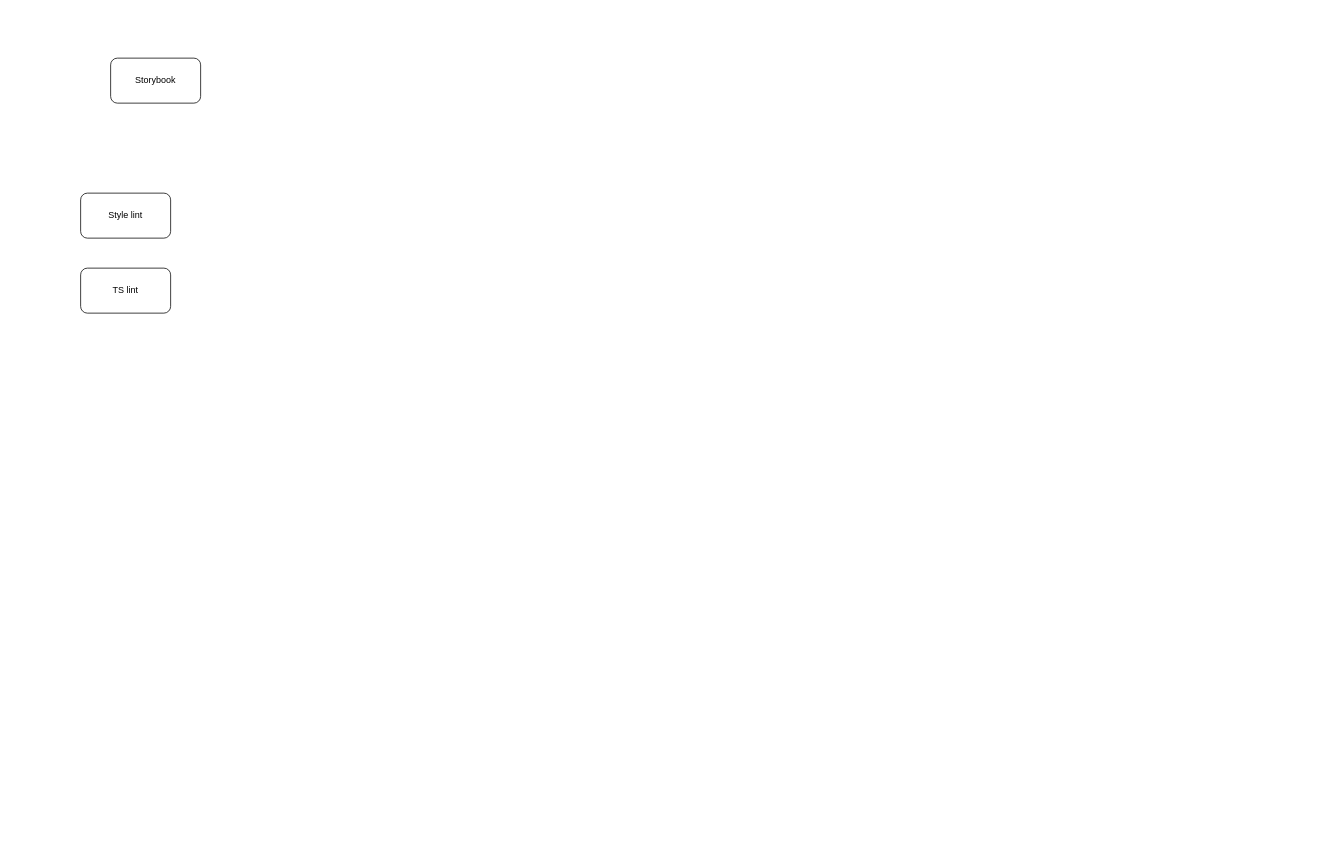
Above: angular-frontend-architechture.drawio in ntrong2009/diagrams (draw.io), before the change. Source tidied: cells renumbered, new cells numbered last; positions are measured from the earlier drawing's top-left corner, leaving out a move shared by most shapes. Both pictures are drawn from the tidied source at 75%, with x=0, y=0 at pixel (80, 58).
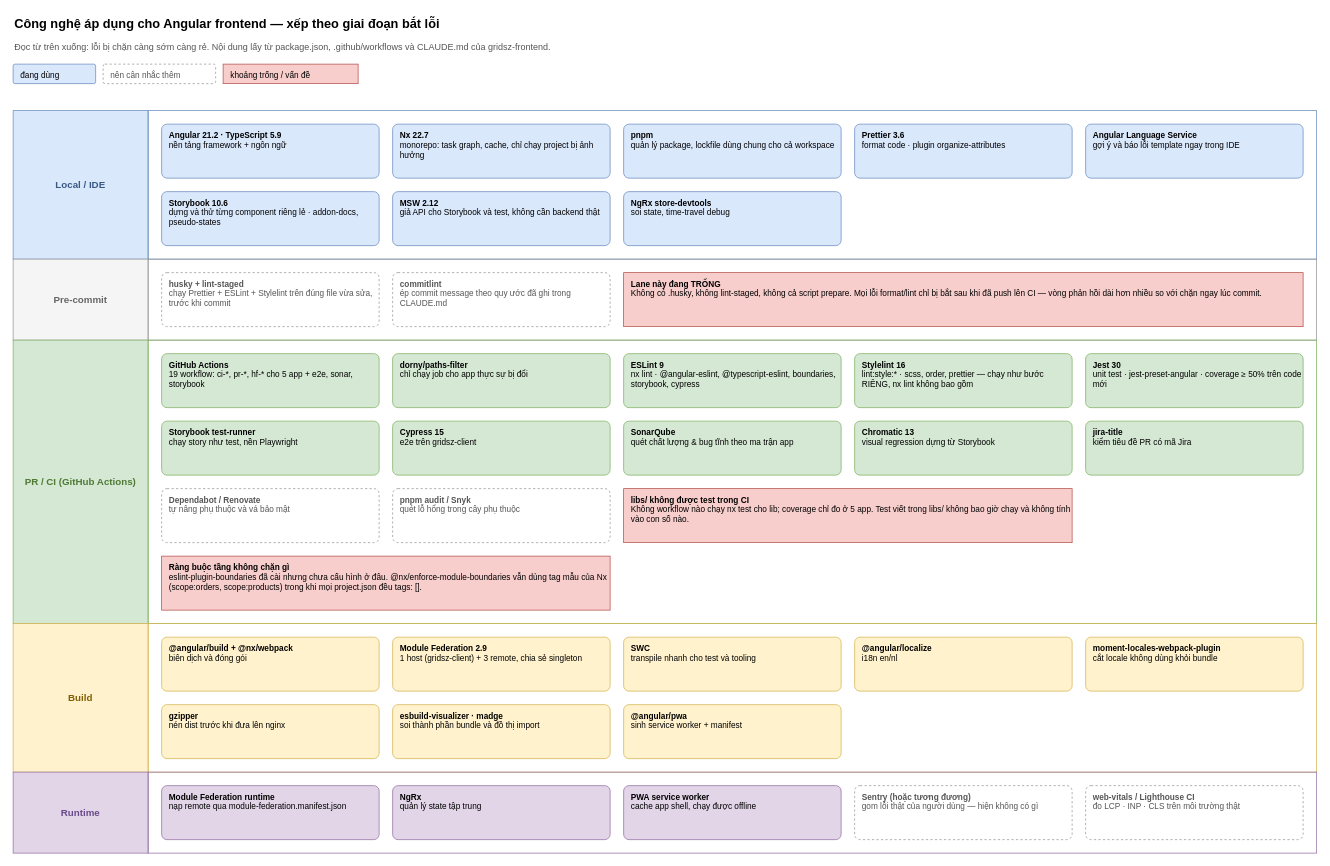
The same diagram, later.

Change to the diagram source:
```diff
@@
-    <mxCell id="2" value="&lt;div&gt;Storybook&lt;/div&gt;" style="rounded=1;whiteSpace=wrap;html=1;" parent="1" vertex="1">
-      <mxGeometry x="40" width="120" height="60" as="geometry" />
-    </mxCell>
-    <mxCell id="3" value="Style lint" style="rounded=1;whiteSpace=wrap;html=1;" parent="1" vertex="1">
-      <mxGeometry y="180" width="120" height="60" as="geometry" />
-    </mxCell>
-    <mxCell id="4" value="TS lint" style="rounded=1;whiteSpace=wrap;html=1;" parent="1" vertex="1">
-      <mxGeometry y="280" width="120" height="60" as="geometry" />
-    </mxCell>
+    <mxCell id="5" value="Công nghệ áp dụng cho Angular frontend — xếp theo giai đoạn bắt lỗi" style="text;html=1;fontSize=17;fontStyle=1;align=left;verticalAlign=middle;" parent="1" vertex="1">
+      <mxGeometry x="-90" y="-60" width="1400" height="30" as="geometry" />
+    </mxCell>
+    <mxCell id="6" value="Đọc từ trên xuống: lỗi bị chặn càng sớm càng rẻ. Nội dung lấy từ package.json, .github/workflows và CLAUDE.md của gridsz-frontend." style="text;html=1;fontSize=12;align=left;verticalAlign=middle;fontColor=#555555;" parent="1" vertex="1">
+      <mxGeometry x="-90" y="-26" width="1500" height="22" as="geometry" />
+    </mxCell>
+    <mxCell id="7" value="đang dùng" style="rounded=1;arcSize=10;whiteSpace=wrap;html=1;fillColor=#dae8fc;strokeColor=#6c8ebf;align=left;verticalAlign=top;spacingLeft=8;spacingTop=2;fontSize=11;" parent="1" vertex="1">
+      <mxGeometry x="-90" y="8" width="110" height="26" as="geometry" />
+    </mxCell>
+    <mxCell id="8" value="nên cân nhắc thêm" style="rounded=1;arcSize=10;whiteSpace=wrap;html=1;fillColor=#ffffff;strokeColor=#999999;dashed=1;align=left;verticalAlign=top;spacingLeft=8;spacingTop=2;fontSize=11;fontColor=#555555;" parent="1" vertex="1">
+      <mxGeometry x="30" y="8" width="150" height="26" as="geometry" />
+    </mxCell>
+    <mxCell id="9" value="khoảng trống / vấn đề" style="rounded=0;whiteSpace=wrap;html=1;fillColor=#f8cecc;strokeColor=#b85450;align=left;verticalAlign=top;spacingLeft=8;spacingTop=2;fontSize=11;" parent="1" vertex="1">
+      <mxGeometry x="190" y="8" width="180" height="26" as="geometry" />
+    </mxCell>
+    <mxCell id="10" value="Local / IDE" style="rounded=0;whiteSpace=wrap;html=1;fillColor=#dae8fc;strokeColor=#6c8ebf;fontStyle=1;fontSize=13;fontColor=#3a5a86;verticalAlign=middle;align=center;" parent="1" vertex="1">
+      <mxGeometry x="-90" y="70" width="180" height="198" as="geometry" />
+    </mxCell>
+    <mxCell id="11" style="rounded=0;whiteSpace=wrap;html=1;fillColor=none;strokeColor=#6c8ebf;" parent="1" vertex="1">
+      <mxGeometry x="90" y="70" width="1558" height="198" as="geometry" />
+    </mxCell>
+    <mxCell id="12" value="&lt;b&gt;Angular 21.2 · TypeScript 5.9&lt;/b&gt;&lt;br&gt;nền tảng framework + ngôn ngữ" style="rounded=1;arcSize=10;whiteSpace=wrap;html=1;fillColor=#dae8fc;strokeColor=#6c8ebf;align=left;verticalAlign=top;spacingLeft=8;spacingTop=2;fontSize=11;" parent="1" vertex="1">
+      <mxGeometry x="108" y="88" width="290" height="72" as="geometry" />
+    </mxCell>
+    <mxCell id="13" value="&lt;b&gt;Nx 22.7&lt;/b&gt;&lt;br&gt;monorepo: task graph, cache, chỉ chạy project bị ảnh hưởng" style="rounded=1;arcSize=10;whiteSpace=wrap;html=1;fillColor=#dae8fc;strokeColor=#6c8ebf;align=left;verticalAlign=top;spacingLeft=8;spacingTop=2;fontSize=11;" parent="1" vertex="1">
+      <mxGeometry x="416" y="88" width="290" height="72" as="geometry" />
+    </mxCell>
+    <mxCell id="14" value="&lt;b&gt;pnpm&lt;/b&gt;&lt;br&gt;quản lý package, lockfile dùng chung cho cả workspace" style="rounded=1;arcSize=10;whiteSpace=wrap;html=1;fillColor=#dae8fc;strokeColor=#6c8ebf;align=left;verticalAlign=top;spacingLeft=8;spacingTop=2;fontSize=11;" parent="1" vertex="1">
+      <mxGeometry x="724" y="88" width="290" height="72" as="geometry" />
+    </mxCell>
+    <mxCell id="15" value="&lt;b&gt;Prettier 3.6&lt;/b&gt;&lt;br&gt;format code · plugin organize-attributes" style="rounded=1;arcSize=10;whiteSpace=wrap;html=1;fillColor=#dae8fc;strokeColor=#6c8ebf;align=left;verticalAlign=top;spacingLeft=8;spacingTop=2;fontSize=11;" parent="1" vertex="1">
+      <mxGeometry x="1032" y="88" width="290" height="72" as="geometry" />
+    </mxCell>
+    <mxCell id="16" value="&lt;b&gt;Angular Language Service&lt;/b&gt;&lt;br&gt;gợi ý và báo lỗi template ngay trong IDE" style="rounded=1;arcSize=10;whiteSpace=wrap;html=1;fillColor=#dae8fc;strokeColor=#6c8ebf;align=left;verticalAlign=top;spacingLeft=8;spacingTop=2;fontSize=11;" parent="1" vertex="1">
+      <mxGeometry x="1340" y="88" width="290" height="72" as="geometry" />
+    </mxCell>
+    <mxCell id="17" value="&lt;b&gt;Storybook 10.6&lt;/b&gt;&lt;br&gt;dựng và thử từng component riêng lẻ · addon-docs, pseudo-states" style="rounded=1;arcSize=10;whiteSpace=wrap;html=1;fillColor=#dae8fc;strokeColor=#6c8ebf;align=left;verticalAlign=top;spacingLeft=8;spacingTop=2;fontSize=11;" parent="1" vertex="1">
+      <mxGeometry x="108" y="178" width="290" height="72" as="geometry" />
+    </mxCell>
+    <mxCell id="18" value="&lt;b&gt;MSW 2.12&lt;/b&gt;&lt;br&gt;giả API cho Storybook và test, không cần backend thật" style="rounded=1;arcSize=10;whiteSpace=wrap;html=1;fillColor=#dae8fc;strokeColor=#6c8ebf;align=left;verticalAlign=top;spacingLeft=8;spacingTop=2;fontSize=11;" parent="1" vertex="1">
+      <mxGeometry x="416" y="178" width="290" height="72" as="geometry" />
+    </mxCell>
+    <mxCell id="19" value="&lt;b&gt;NgRx store-devtools&lt;/b&gt;&lt;br&gt;soi state, time-travel debug" style="rounded=1;arcSize=10;whiteSpace=wrap;html=1;fillColor=#dae8fc;strokeColor=#6c8ebf;align=left;verticalAlign=top;spacingLeft=8;spacingTop=2;fontSize=11;" parent="1" vertex="1">
+      <mxGeometry x="724" y="178" width="290" height="72" as="geometry" />
+    </mxCell>
+    <mxCell id="20" value="Pre-commit" style="rounded=0;whiteSpace=wrap;html=1;fillColor=#f5f5f5;strokeColor=#999999;fontStyle=1;fontSize=13;fontColor=#666666;verticalAlign=middle;align=center;" parent="1" vertex="1">
+      <mxGeometry x="-90" y="268" width="180" height="108" as="geometry" />
+    </mxCell>
+    <mxCell id="21" style="rounded=0;whiteSpace=wrap;html=1;fillColor=none;strokeColor=#999999;" parent="1" vertex="1">
+      <mxGeometry x="90" y="268" width="1558" height="108" as="geometry" />
+    </mxCell>
+    <mxCell id="22" value="&lt;b&gt;husky + lint-staged&lt;/b&gt;&lt;br&gt;chạy Prettier + ESLint + Stylelint trên đúng file vừa sửa, trước khi commit" style="rounded=1;arcSize=10;whiteSpace=wrap;html=1;fillColor=#ffffff;strokeColor=#999999;dashed=1;align=left;verticalAlign=top;spacingLeft=8;spacingTop=2;fontSize=11;fontColor=#555555;" parent="1" vertex="1">
+      <mxGeometry x="108" y="286" width="290" height="72" as="geometry" />
+    </mxCell>
+    <mxCell id="23" value="&lt;b&gt;commitlint&lt;/b&gt;&lt;br&gt;ép commit message theo quy ước đã ghi trong CLAUDE.md" style="rounded=1;arcSize=10;whiteSpace=wrap;html=1;fillColor=#ffffff;strokeColor=#999999;dashed=1;align=left;verticalAlign=top;spacingLeft=8;spacingTop=2;fontSize=11;fontColor=#555555;" parent="1" vertex="1">
+      <mxGeometry x="416" y="286" width="290" height="72" as="geometry" />
+    </mxCell>
+    <mxCell id="24" value="&lt;b&gt;Lane này đang TRỐNG&lt;/b&gt;&lt;br&gt;Không có .husky, không lint-staged, không cả script prepare. Mọi lỗi format/lint chỉ bị bắt sau khi đã push lên CI — vòng phản hồi dài hơn nhiều so với chặn ngay lúc commit." style="rounded=0;whiteSpace=wrap;html=1;fillColor=#f8cecc;strokeColor=#b85450;align=left;verticalAlign=top;spacingLeft=8;spacingTop=2;fontSize=11;" parent="1" vertex="1">
+      <mxGeometry x="724" y="286" width="906" height="72" as="geometry" />
+    </mxCell>
+    <mxCell id="25" value="PR / CI  (GitHub Actions)" style="rounded=0;whiteSpace=wrap;html=1;fillColor=#d5e8d4;strokeColor=#82b366;fontStyle=1;fontSize=13;fontColor=#4f7a34;verticalAlign=middle;align=center;" parent="1" vertex="1">
+      <mxGeometry x="-90" y="376" width="180" height="378" as="geometry" />
+    </mxCell>
+    <mxCell id="26" style="rounded=0;whiteSpace=wrap;html=1;fillColor=none;strokeColor=#82b366;" parent="1" vertex="1">
+      <mxGeometry x="90" y="376" width="1558" height="378" as="geometry" />
+    </mxCell>
+    <mxCell id="27" value="&lt;b&gt;GitHub Actions&lt;/b&gt;&lt;br&gt;19 workflow: ci-*, pr-*, hf-* cho 5 app + e2e, sonar, storybook" style="rounded=1;arcSize=10;whiteSpace=wrap;html=1;fillColor=#d5e8d4;strokeColor=#82b366;align=left;verticalAlign=top;spacingLeft=8;spacingTop=2;fontSize=11;" parent="1" vertex="1">
+      <mxGeometry x="108" y="394" width="290" height="72" as="geometry" />
+    </mxCell>
+    <mxCell id="28" value="&lt;b&gt;dorny/paths-filter&lt;/b&gt;&lt;br&gt;chỉ chạy job cho app thực sự bị đổi" style="rounded=1;arcSize=10;whiteSpace=wrap;html=1;fillColor=#d5e8d4;strokeColor=#82b366;align=left;verticalAlign=top;spacingLeft=8;spacingTop=2;fontSize=11;" parent="1" vertex="1">
+      <mxGeometry x="416" y="394" width="290" height="72" as="geometry" />
+    </mxCell>
+    <mxCell id="29" value="&lt;b&gt;ESLint 9&lt;/b&gt;&lt;br&gt;nx lint · @angular-eslint, @typescript-eslint, boundaries, storybook, cypress" style="rounded=1;arcSize=10;whiteSpace=wrap;html=1;fillColor=#d5e8d4;strokeColor=#82b366;align=left;verticalAlign=top;spacingLeft=8;spacingTop=2;fontSize=11;" parent="1" vertex="1">
+      <mxGeometry x="724" y="394" width="290" height="72" as="geometry" />
+    </mxCell>
+    <mxCell id="30" value="&lt;b&gt;Stylelint 16&lt;/b&gt;&lt;br&gt;lint:style:* · scss, order, prettier — chạy như bước RIÊNG, nx lint không bao gồm" style="rounded=1;arcSize=10;whiteSpace=wrap;html=1;fillColor=#d5e8d4;strokeColor=#82b366;align=left;verticalAlign=top;spacingLeft=8;spacingTop=2;fontSize=11;" parent="1" vertex="1">
+      <mxGeometry x="1032" y="394" width="290" height="72" as="geometry" />
+    </mxCell>
+    <mxCell id="31" value="&lt;b&gt;Jest 30&lt;/b&gt;&lt;br&gt;unit test · jest-preset-angular · coverage ≥ 50% trên code mới" style="rounded=1;arcSize=10;whiteSpace=wrap;html=1;fillColor=#d5e8d4;strokeColor=#82b366;align=left;verticalAlign=top;spacingLeft=8;spacingTop=2;fontSize=11;" parent="1" vertex="1">
+      <mxGeometry x="1340" y="394" width="290" height="72" as="geometry" />
+    </mxCell>
+    <mxCell id="32" value="&lt;b&gt;Storybook test-runner&lt;/b&gt;&lt;br&gt;chạy story như test, nền Playwright" style="rounded=1;arcSize=10;whiteSpace=wrap;html=1;fillColor=#d5e8d4;strokeColor=#82b366;align=left;verticalAlign=top;spacingLeft=8;spacingTop=2;fontSize=11;" parent="1" vertex="1">
+      <mxGeometry x="108" y="484" width="290" height="72" as="geometry" />
+    </mxCell>
+    <mxCell id="33" value="&lt;b&gt;Cypress 15&lt;/b&gt;&lt;br&gt;e2e trên gridsz-client" style="rounded=1;arcSize=10;whiteSpace=wrap;html=1;fillColor=#d5e8d4;strokeColor=#82b366;align=left;verticalAlign=top;spacingLeft=8;spacingTop=2;fontSize=11;" parent="1" vertex="1">
+      <mxGeometry x="416" y="484" width="290" height="72" as="geometry" />
+    </mxCell>
+    <mxCell id="34" value="&lt;b&gt;SonarQube&lt;/b&gt;&lt;br&gt;quét chất lượng &amp; bug tĩnh theo ma trận app" style="rounded=1;arcSize=10;whiteSpace=wrap;html=1;fillColor=#d5e8d4;strokeColor=#82b366;align=left;verticalAlign=top;spacingLeft=8;spacingTop=2;fontSize=11;" parent="1" vertex="1">
+      <mxGeometry x="724" y="484" width="290" height="72" as="geometry" />
+    </mxCell>
+    <mxCell id="35" value="&lt;b&gt;Chromatic 13&lt;/b&gt;&lt;br&gt;visual regression dựng từ Storybook" style="rounded=1;arcSize=10;whiteSpace=wrap;html=1;fillColor=#d5e8d4;strokeColor=#82b366;align=left;verticalAlign=top;spacingLeft=8;spacingTop=2;fontSize=11;" parent="1" vertex="1">
+      <mxGeometry x="1032" y="484" width="290" height="72" as="geometry" />
+    </mxCell>
+    <mxCell id="36" value="&lt;b&gt;jira-title&lt;/b&gt;&lt;br&gt;kiểm tiêu đề PR có mã Jira" style="rounded=1;arcSize=10;whiteSpace=wrap;html=1;fillColor=#d5e8d4;strokeColor=#82b366;align=left;verticalAlign=top;spacingLeft=8;spacingTop=2;fontSize=11;" parent="1" vertex="1">
+      <mxGeometry x="1340" y="484" width="290" height="72" as="geometry" />
+    </mxCell>
+    <mxCell id="37" value="&lt;b&gt;Dependabot / Renovate&lt;/b&gt;&lt;br&gt;tự nâng phụ thuộc và vá bảo mật" style="rounded=1;arcSize=10;whiteSpace=wrap;html=1;fillColor=#ffffff;strokeColor=#999999;dashed=1;align=left;verticalAlign=top;spacingLeft=8;spacingTop=2;fontSize=11;fontColor=#555555;" parent="1" vertex="1">
+      <mxGeometry x="108" y="574" width="290" height="72" as="geometry" />
+    </mxCell>
+    <mxCell id="38" value="&lt;b&gt;pnpm audit / Snyk&lt;/b&gt;&lt;br&gt;quét lỗ hổng trong cây phụ thuộc" style="rounded=1;arcSize=10;whiteSpace=wrap;html=1;fillColor=#ffffff;strokeColor=#999999;dashed=1;align=left;verticalAlign=top;spacingLeft=8;spacingTop=2;fontSize=11;fontColor=#555555;" parent="1" vertex="1">
+      <mxGeometry x="416" y="574" width="290" height="72" as="geometry" />
+    </mxCell>
+    <mxCell id="39" value="&lt;b&gt;libs/ không được test trong CI&lt;/b&gt;&lt;br&gt;Không workflow nào chạy nx test cho lib; coverage chỉ đo ở 5 app. Test viết trong libs/ không bao giờ chạy và không tính vào con số nào." style="rounded=0;whiteSpace=wrap;html=1;fillColor=#f8cecc;strokeColor=#b85450;align=left;verticalAlign=top;spacingLeft=8;spacingTop=2;fontSize=11;" parent="1" vertex="1">
+      <mxGeometry x="724" y="574" width="598" height="72" as="geometry" />
+    </mxCell>
+    <mxCell id="40" value="&lt;b&gt;Ràng buộc tầng không chặn gì&lt;/b&gt;&lt;br&gt;eslint-plugin-boundaries đã cài nhưng chưa cấu hình ở đâu. @nx/enforce-module-boundaries vẫn dùng tag mẫu của Nx (scope:orders, scope:products) trong khi mọi project.json đều tags: []." style="rounded=0;whiteSpace=wrap;html=1;fillColor=#f8cecc;strokeColor=#b85450;align=left;verticalAlign=top;spacingLeft=8;spacingTop=2;fontSize=11;" parent="1" vertex="1">
+      <mxGeometry x="108" y="664" width="598" height="72" as="geometry" />
+    </mxCell>
+    <mxCell id="41" value="Build" style="rounded=0;whiteSpace=wrap;html=1;fillColor=#fff2cc;strokeColor=#d6b656;fontStyle=1;fontSize=13;fontColor=#7f6000;verticalAlign=middle;align=center;" parent="1" vertex="1">
+      <mxGeometry x="-90" y="754" width="180" height="198" as="geometry" />
+    </mxCell>
+    <mxCell id="42" style="rounded=0;whiteSpace=wrap;html=1;fillColor=none;strokeColor=#d6b656;" parent="1" vertex="1">
+      <mxGeometry x="90" y="754" width="1558" height="198" as="geometry" />
+    </mxCell>
+    <mxCell id="43" value="&lt;b&gt;@angular/build + @nx/webpack&lt;/b&gt;&lt;br&gt;biên dịch và đóng gói" style="rounded=1;arcSize=10;whiteSpace=wrap;html=1;fillColor=#fff2cc;strokeColor=#d6b656;align=left;verticalAlign=top;spacingLeft=8;spacingTop=2;fontSize=11;" parent="1" vertex="1">
+      <mxGeometry x="108" y="772" width="290" height="72" as="geometry" />
+    </mxCell>
+    <mxCell id="44" value="&lt;b&gt;Module Federation 2.9&lt;/b&gt;&lt;br&gt;1 host (gridsz-client) + 3 remote, chia sẻ singleton" style="rounded=1;arcSize=10;whiteSpace=wrap;html=1;fillColor=#fff2cc;strokeColor=#d6b656;align=left;verticalAlign=top;spacingLeft=8;spacingTop=2;fontSize=11;" parent="1" vertex="1">
+      <mxGeometry x="416" y="772" width="290" height="72" as="geometry" />
+    </mxCell>
+    <mxCell id="45" value="&lt;b&gt;SWC&lt;/b&gt;&lt;br&gt;transpile nhanh cho test và tooling" style="rounded=1;arcSize=10;whiteSpace=wrap;html=1;fillColor=#fff2cc;strokeColor=#d6b656;align=left;verticalAlign=top;spacingLeft=8;spacingTop=2;fontSize=11;" parent="1" vertex="1">
+      <mxGeometry x="724" y="772" width="290" height="72" as="geometry" />
+    </mxCell>
+    <mxCell id="46" value="&lt;b&gt;@angular/localize&lt;/b&gt;&lt;br&gt;i18n en/nl" style="rounded=1;arcSize=10;whiteSpace=wrap;html=1;fillColor=#fff2cc;strokeColor=#d6b656;align=left;verticalAlign=top;spacingLeft=8;spacingTop=2;fontSize=11;" parent="1" vertex="1">
+      <mxGeometry x="1032" y="772" width="290" height="72" as="geometry" />
+    </mxCell>
+    <mxCell id="47" value="&lt;b&gt;moment-locales-webpack-plugin&lt;/b&gt;&lt;br&gt;cắt locale không dùng khỏi bundle" style="rounded=1;arcSize=10;whiteSpace=wrap;html=1;fillColor=#fff2cc;strokeColor=#d6b656;align=left;verticalAlign=top;spacingLeft=8;spacingTop=2;fontSize=11;" parent="1" vertex="1">
+      <mxGeometry x="1340" y="772" width="290" height="72" as="geometry" />
+    </mxCell>
+    <mxCell id="48" value="&lt;b&gt;gzipper&lt;/b&gt;&lt;br&gt;nén dist trước khi đưa lên nginx" style="rounded=1;arcSize=10;whiteSpace=wrap;html=1;fillColor=#fff2cc;strokeColor=#d6b656;align=left;verticalAlign=top;spacingLeft=8;spacingTop=2;fontSize=11;" parent="1" vertex="1">
+      <mxGeometry x="108" y="862" width="290" height="72" as="geometry" />
+    </mxCell>
+    <mxCell id="49" value="&lt;b&gt;esbuild-visualizer · madge&lt;/b&gt;&lt;br&gt;soi thành phần bundle và đồ thị import" style="rounded=1;arcSize=10;whiteSpace=wrap;html=1;fillColor=#fff2cc;strokeColor=#d6b656;align=left;verticalAlign=top;spacingLeft=8;spacingTop=2;fontSize=11;" parent="1" vertex="1">
+      <mxGeometry x="416" y="862" width="290" height="72" as="geometry" />
+    </mxCell>
+    <mxCell id="50" value="&lt;b&gt;@angular/pwa&lt;/b&gt;&lt;br&gt;sinh service worker + manifest" style="rounded=1;arcSize=10;whiteSpace=wrap;html=1;fillColor=#fff2cc;strokeColor=#d6b656;align=left;verticalAlign=top;spacingLeft=8;spacingTop=2;fontSize=11;" parent="1" vertex="1">
+      <mxGeometry x="724" y="862" width="290" height="72" as="geometry" />
+    </mxCell>
+    <mxCell id="51" value="Runtime" style="rounded=0;whiteSpace=wrap;html=1;fillColor=#e1d5e7;strokeColor=#9673a6;fontStyle=1;fontSize=13;fontColor=#6a4a8a;verticalAlign=middle;align=center;" parent="1" vertex="1">
+      <mxGeometry x="-90" y="952" width="180" height="108" as="geometry" />
+    </mxCell>
+    <mxCell id="52" style="rounded=0;whiteSpace=wrap;html=1;fillColor=none;strokeColor=#9673a6;" parent="1" vertex="1">
+      <mxGeometry x="90" y="952" width="1558" height="108" as="geometry" />
+    </mxCell>
+    <mxCell id="53" value="&lt;b&gt;Module Federation runtime&lt;/b&gt;&lt;br&gt;nạp remote qua module-federation.manifest.json" style="rounded=1;arcSize=10;whiteSpace=wrap;html=1;fillColor=#e1d5e7;strokeColor=#9673a6;align=left;verticalAlign=top;spacingLeft=8;spacingTop=2;fontSize=11;" parent="1" vertex="1">
+      <mxGeometry x="108" y="970" width="290" height="72" as="geometry" />
+    </mxCell>
+    <mxCell id="54" value="&lt;b&gt;NgRx&lt;/b&gt;&lt;br&gt;quản lý state tập trung" style="rounded=1;arcSize=10;whiteSpace=wrap;html=1;fillColor=#e1d5e7;strokeColor=#9673a6;align=left;verticalAlign=top;spacingLeft=8;spacingTop=2;fontSize=11;" parent="1" vertex="1">
+      <mxGeometry x="416" y="970" width="290" height="72" as="geometry" />
+    </mxCell>
+    <mxCell id="55" value="&lt;b&gt;PWA service worker&lt;/b&gt;&lt;br&gt;cache app shell, chạy được offline" style="rounded=1;arcSize=10;whiteSpace=wrap;html=1;fillColor=#e1d5e7;strokeColor=#9673a6;align=left;verticalAlign=top;spacingLeft=8;spacingTop=2;fontSize=11;" parent="1" vertex="1">
+      <mxGeometry x="724" y="970" width="290" height="72" as="geometry" />
+    </mxCell>
+    <mxCell id="56" value="&lt;b&gt;Sentry (hoặc tương đương)&lt;/b&gt;&lt;br&gt;gom lỗi thật của người dùng — hiện không có gì" style="rounded=1;arcSize=10;whiteSpace=wrap;html=1;fillColor=#ffffff;strokeColor=#999999;dashed=1;align=left;verticalAlign=top;spacingLeft=8;spacingTop=2;fontSize=11;fontColor=#555555;" parent="1" vertex="1">
+      <mxGeometry x="1032" y="970" width="290" height="72" as="geometry" />
+    </mxCell>
+    <mxCell id="57" value="&lt;b&gt;web-vitals / Lighthouse CI&lt;/b&gt;&lt;br&gt;đo LCP · INP · CLS trên môi trường thật" style="rounded=1;arcSize=10;whiteSpace=wrap;html=1;fillColor=#ffffff;strokeColor=#999999;dashed=1;align=left;verticalAlign=top;spacingLeft=8;spacingTop=2;fontSize=11;fontColor=#555555;" parent="1" vertex="1">
+      <mxGeometry x="1340" y="970" width="290" height="72" as="geometry" />
+    </mxCell>
```
